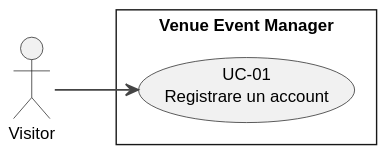
Above: docs/diagrams/use-cases/exported/use-cases-visitor-0.svg in MeruemMeurel/Venue_Event_Organiser (PlantUML), before the change. Its diagram source:
```plantuml
@startuml
skinparam style strictuml
skinparam shadowing false
skinparam DefaultFontName "Helvetica"
skinparam DefaultFontSize 12
skinparam ArrowThickness 1.2
skinparam ArrowFontSize 11
skinparam ArrowColor #444444

left to right direction

actor Visitor

rectangle "Venue Event Manager" {
    usecase "UC-01\nRegistrare un account" as UC01
}

Visitor --> UC01
@enduml
```
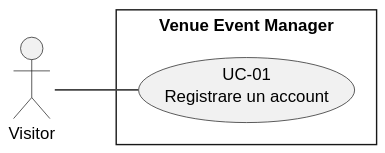
Above is the later version.

Commit message:
Docs: Use cases plantUml and svg file for User. Fix: Use cases plantUML use line instead of arrows

The edit, as a diff of the source:
```diff
@@ -15,5 +15,5 @@
     usecase "UC-01\nRegistrare un account" as UC01
 }
 
-Visitor --> UC01
+Visitor -- UC01
 @enduml
```
